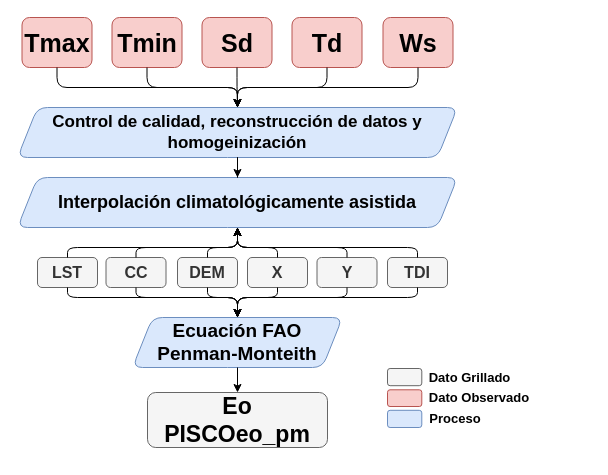
Before: Eo_diagram_FT_v2.drawio in adrHuerta/diagrams, a draw.io diagram. Source tidied: cells renumbered, new cells numbered last; positions are measured from the earlier drawing's top-left corner, leaving out a move shared by most shapes. Both pictures are drawn from the tidied source at 100%, with x=0, y=0 at pixel (17, 17).
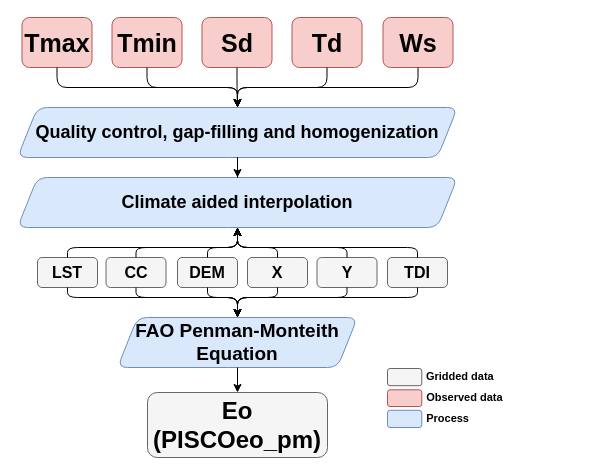
The same diagram, later.

Unchanged cells that the change refers to:
```xml
<mxCell id="12" value="&lt;font style=&quot;font-size: 25px&quot;&gt;Tmax&lt;/font&gt;" style="rounded=1;whiteSpace=wrap;html=1;fontSize=17;fontStyle=1;fillColor=#f8cecc;strokeColor=#b85450;" parent="11" vertex="1">
  <mxGeometry x="4.5" width="70" height="50" as="geometry" />
</mxCell>
<mxCell id="13" value="&lt;font style=&quot;font-size: 25px&quot;&gt;Tmin&lt;/font&gt;" style="rounded=1;whiteSpace=wrap;html=1;fontSize=17;fontStyle=1;fillColor=#f8cecc;strokeColor=#b85450;" parent="11" vertex="1">
  <mxGeometry x="94.5" width="70" height="50" as="geometry" />
</mxCell>
<mxCell id="14" value="&lt;font style=&quot;font-size: 25px&quot;&gt;Sd&lt;/font&gt;" style="rounded=1;whiteSpace=wrap;html=1;fontSize=17;fontStyle=1;fillColor=#f8cecc;strokeColor=#b85450;" parent="11" vertex="1">
  <mxGeometry x="184.5" width="70" height="50" as="geometry" />
</mxCell>
<mxCell id="15" value="&lt;font style=&quot;font-size: 25px&quot;&gt;Td&lt;/font&gt;" style="rounded=1;whiteSpace=wrap;html=1;fontSize=17;fontStyle=1;fillColor=#f8cecc;strokeColor=#b85450;" parent="11" vertex="1">
  <mxGeometry x="274.5" width="70" height="50" as="geometry" />
</mxCell>
<mxCell id="16" value="&lt;font style=&quot;font-size: 25px&quot;&gt;Ws&lt;/font&gt;" style="rounded=1;whiteSpace=wrap;html=1;fontSize=17;fontStyle=1;fillColor=#f8cecc;strokeColor=#b85450;" parent="11" vertex="1">
  <mxGeometry x="365.5" width="70" height="50" as="geometry" />
</mxCell>
<mxCell id="28" style="group;" parent="11" vertex="1">
  <mxGeometry x="20" y="240" width="410" height="30" as="geometry" />
</mxCell>
```

Diff of the diagram source:
```diff
@@
     <mxCell id="2" style="group;fontStyle=1;" parent="1" vertex="1">
-      <mxGeometry width="573.5" height="430.5" as="geometry" />
+      <mxGeometry width="573.5" height="440" as="geometry" />
     </mxCell>
-    <mxCell id="3" style="group;fontSize=10;" parent="2" vertex="1">
-      <mxGeometry x="400" y="320" width="173.5" height="110.5" as="geometry" />
-    </mxCell>
-    <mxCell id="4" style="group;fontSize=9;" parent="3" vertex="1">
-      <mxGeometry x="-30" y="31" width="150" height="59" as="geometry" />
-    </mxCell>
-    <mxCell id="5" style="rounded=1;whiteSpace=wrap;html=1;fontSize=16;fontStyle=1;fillColor=#f8cecc;strokeColor=#b85450;" parent="4" vertex="1">
-      <mxGeometry y="21.3" width="34.3" height="16.7" as="geometry" />
-    </mxCell>
-    <mxCell id="6" style="rounded=1;whiteSpace=wrap;html=1;fontSize=16;fontStyle=1;fillColor=#dae8fc;strokeColor=#6c8ebf;" parent="4" vertex="1">
-      <mxGeometry y="41.8" width="34.3" height="17.2" as="geometry" />
-    </mxCell>
-    <mxCell id="7" value="&lt;b style=&quot;font-size: 13px;&quot;&gt;Dato Grillado&lt;/b&gt;" style="text;html=1;strokeColor=none;fillColor=none;align=center;verticalAlign=middle;whiteSpace=wrap;rounded=0;fontSize=13;" parent="4" vertex="1">
-      <mxGeometry x="25" y="1" width="115" height="16.7" as="geometry" />
-    </mxCell>
-    <mxCell id="8" value="Dato Observado" style="text;html=1;strokeColor=none;fillColor=none;align=center;verticalAlign=middle;whiteSpace=wrap;rounded=0;fontSize=13;fontStyle=1;" parent="4" vertex="1">
-      <mxGeometry x="36.6" y="21" width="110" height="16.7" as="geometry" />
-    </mxCell>
-    <mxCell id="9" value="Proceso&amp;nbsp; &amp;nbsp; &amp;nbsp; &amp;nbsp; &amp;nbsp; &amp;nbsp; &amp;nbsp;" style="text;html=1;strokeColor=none;fillColor=none;align=center;verticalAlign=middle;whiteSpace=wrap;rounded=0;fontSize=13;fontStyle=1;" parent="4" vertex="1">
-      <mxGeometry x="41" y="41.8" width="101.3" height="16.7" as="geometry" />
-    </mxCell>
-    <mxCell id="10" style="rounded=1;whiteSpace=wrap;html=1;fontSize=16;fontStyle=1;fillColor=#f5f5f5;strokeColor=#666666;fontColor=#333333;" parent="4" vertex="1">
-      <mxGeometry width="34.3" height="17.2" as="geometry" />
-    </mxCell>
     <mxCell id="11" style="group;" parent="2" vertex="1">
-      <mxGeometry width="440" height="430" as="geometry" />
+      <mxGeometry width="573.5" height="440" as="geometry" />
     </mxCell>
@@
-    <mxCell id="17" value="Control de calidad, reconstrucción de datos y homogeinización" style="shape=parallelogram;perimeter=parallelogramPerimeter;whiteSpace=wrap;html=1;fixedSize=1;fontSize=17;fontStyle=1;fillColor=#dae8fc;strokeColor=#6c8ebf;rounded=1;" parent="11" vertex="1">
+    <mxCell id="17" value="&lt;font style=&quot;font-size: 18px&quot;&gt;Quality control, gap-filling and homogenization&lt;/font&gt;" style="shape=parallelogram;perimeter=parallelogramPerimeter;whiteSpace=wrap;html=1;fixedSize=1;fontSize=17;fontStyle=1;fillColor=#dae8fc;strokeColor=#6c8ebf;rounded=1;" parent="11" vertex="1">
       <mxGeometry y="90" width="440" height="50" as="geometry" />
     </mxCell>
-    <mxCell id="18" style="edgeStyle=orthogonalEdgeStyle;rounded=1;jettySize=auto;html=1;entryX=0.5;entryY=0;entryDx=0;entryDy=0;fontSize=16;startArrow=none;startFill=0;" parent="11" edge="1" source="12" target="17">
+    <mxCell id="18" style="edgeStyle=orthogonalEdgeStyle;rounded=1;jettySize=auto;html=1;entryX=0.5;entryY=0;entryDx=0;entryDy=0;fontSize=16;startArrow=none;startFill=0;strokeWidth=1;" parent="11" edge="1" source="12" target="17">
       <mxGeometry relative="1" as="geometry" />
     </mxCell>
-    <mxCell id="19" style="edgeStyle=orthogonalEdgeStyle;rounded=1;jettySize=auto;html=1;entryX=0.5;entryY=0;entryDx=0;entryDy=0;fontSize=16;startArrow=none;startFill=0;" parent="11" edge="1" source="13" target="17">
+    <mxCell id="19" style="edgeStyle=orthogonalEdgeStyle;rounded=1;jettySize=auto;html=1;entryX=0.5;entryY=0;entryDx=0;entryDy=0;fontSize=16;startArrow=none;startFill=0;strokeWidth=1;" parent="11" edge="1" source="13" target="17">
       <mxGeometry relative="1" as="geometry" />
     </mxCell>
-    <mxCell id="20" style="edgeStyle=orthogonalEdgeStyle;rounded=1;jettySize=auto;html=1;entryX=0.5;entryY=0;entryDx=0;entryDy=0;fontSize=16;startArrow=none;startFill=0;" parent="11" edge="1" source="14" target="17">
+    <mxCell id="20" style="edgeStyle=orthogonalEdgeStyle;rounded=1;jettySize=auto;html=1;entryX=0.5;entryY=0;entryDx=0;entryDy=0;fontSize=16;startArrow=none;startFill=0;strokeWidth=1;" parent="11" edge="1" source="14" target="17">
       <mxGeometry relative="1" as="geometry" />
     </mxCell>
-    <mxCell id="21" style="edgeStyle=orthogonalEdgeStyle;rounded=1;jettySize=auto;html=1;entryX=0.5;entryY=0;entryDx=0;entryDy=0;fontSize=16;startArrow=none;startFill=0;" parent="11" edge="1" source="15" target="17">
+    <mxCell id="21" style="edgeStyle=orthogonalEdgeStyle;rounded=1;jettySize=auto;html=1;entryX=0.5;entryY=0;entryDx=0;entryDy=0;fontSize=16;startArrow=none;startFill=0;strokeWidth=1;" parent="11" edge="1" source="15" target="17">
       <mxGeometry relative="1" as="geometry" />
     </mxCell>
-    <mxCell id="22" style="edgeStyle=orthogonalEdgeStyle;rounded=1;jettySize=auto;html=1;entryX=0.5;entryY=0;entryDx=0;entryDy=0;" parent="11" edge="1" source="16" target="17">
+    <mxCell id="22" style="edgeStyle=orthogonalEdgeStyle;rounded=1;jettySize=auto;html=1;entryX=0.5;entryY=0;entryDx=0;entryDy=0;strokeWidth=1;" parent="11" edge="1" source="16" target="17">
       <mxGeometry relative="1" as="geometry" />
     </mxCell>
-    <mxCell id="23" value="Interpolación climatológicamente asistida" style="shape=parallelogram;perimeter=parallelogramPerimeter;whiteSpace=wrap;html=1;fixedSize=1;fontSize=18;fontStyle=1;fillColor=#dae8fc;strokeColor=#6c8ebf;rounded=1;" parent="11" vertex="1">
+    <mxCell id="23" value="Climate aided interpolation" style="shape=parallelogram;perimeter=parallelogramPerimeter;whiteSpace=wrap;html=1;fixedSize=1;fontSize=18;fontStyle=1;fillColor=#dae8fc;strokeColor=#6c8ebf;rounded=1;" parent="11" vertex="1">
       <mxGeometry y="160" width="440" height="50" as="geometry" />
     </mxCell>
-    <mxCell id="24" style="edgeStyle=orthogonalEdgeStyle;rounded=0;jettySize=auto;html=1;entryX=0.5;entryY=0;entryDx=0;entryDy=0;fontSize=17;startArrow=none;startFill=0;" parent="11" edge="1" source="17" target="23">
+    <mxCell id="24" style="edgeStyle=orthogonalEdgeStyle;rounded=0;jettySize=auto;html=1;entryX=0.5;entryY=0;entryDx=0;entryDy=0;fontSize=17;startArrow=none;startFill=0;strokeWidth=1;" parent="11" edge="1" source="17" target="23">
       <mxGeometry relative="1" as="geometry" />
     </mxCell>
-    <mxCell id="25" value="Ecuación FAO Penman-Monteith" style="shape=parallelogram;perimeter=parallelogramPerimeter;whiteSpace=wrap;html=1;fixedSize=1;fontSize=19;fontStyle=1;fillColor=#dae8fc;strokeColor=#6c8ebf;rounded=1;" parent="11" vertex="1">
-      <mxGeometry x="115" y="300" width="210" height="50" as="geometry" />
+    <mxCell id="25" value="FAO Penman-Monteith&lt;br&gt;Equation" style="shape=parallelogram;perimeter=parallelogramPerimeter;whiteSpace=wrap;html=1;fixedSize=1;fontSize=19;fontStyle=1;fillColor=#dae8fc;strokeColor=#6c8ebf;rounded=1;" parent="11" vertex="1">
+      <mxGeometry x="100" y="300" width="240" height="50" as="geometry" />
     </mxCell>
-    <mxCell id="26" value="&lt;font style=&quot;font-size: 23px&quot; color=&quot;#000000&quot;&gt;&lt;font style=&quot;font-size: 23px&quot;&gt;&lt;font style=&quot;font-size: 23px&quot;&gt;Eo&lt;/font&gt;&lt;br&gt;&lt;/font&gt;&lt;font style=&quot;font-size: 23px&quot;&gt;PISCOeo_pm&lt;/font&gt;&lt;/font&gt;" style="rounded=1;whiteSpace=wrap;html=1;fontSize=16;fontStyle=1;fillColor=#f5f5f5;strokeColor=#666666;fontColor=#333333;" parent="11" vertex="1">
-      <mxGeometry x="130" y="375" width="180" height="55" as="geometry" />
+    <mxCell id="26" value="&lt;font style=&quot;font-size: 24px&quot; color=&quot;#000000&quot;&gt;&lt;font style=&quot;font-size: 24px&quot;&gt;&lt;font style=&quot;font-size: 24px&quot;&gt;Eo&lt;/font&gt;&lt;br&gt;&lt;/font&gt;&lt;font style=&quot;font-size: 24px&quot;&gt;(PISCOeo_pm)&lt;/font&gt;&lt;/font&gt;" style="rounded=1;whiteSpace=wrap;html=1;fontSize=16;fontStyle=1;fillColor=#f5f5f5;strokeColor=#666666;fontColor=#333333;" parent="11" vertex="1">
+      <mxGeometry x="130" y="375" width="180" height="65" as="geometry" />
     </mxCell>
-    <mxCell id="27" style="edgeStyle=orthogonalEdgeStyle;rounded=0;jettySize=auto;html=1;entryX=0.5;entryY=0;entryDx=0;entryDy=0;fontSize=16;startArrow=none;startFill=0;" parent="11" edge="1" source="25" target="26">
+    <mxCell id="27" style="edgeStyle=orthogonalEdgeStyle;rounded=0;jettySize=auto;html=1;entryX=0.5;entryY=0;entryDx=0;entryDy=0;fontSize=16;startArrow=none;startFill=0;strokeWidth=1;" parent="11" edge="1" source="25" target="26">
       <mxGeometry relative="1" as="geometry" />
     </mxCell>
@@
-    <mxCell id="29" value="&lt;font style=&quot;font-size: 16px&quot;&gt;LST&lt;/font&gt;" style="rounded=1;whiteSpace=wrap;html=1;fontSize=16;fontStyle=1;fillColor=#f5f5f5;strokeColor=#666666;fontColor=#333333;" parent="28" vertex="1">
+    <mxCell id="29" value="&lt;font style=&quot;font-size: 16px&quot;&gt;LST&lt;/font&gt;" style="rounded=1;whiteSpace=wrap;html=1;fontSize=16;fontStyle=1;fillColor=#f5f5f5;strokeColor=#666666;" parent="28" vertex="1">
       <mxGeometry width="60" height="30" as="geometry" />
     </mxCell>
-    <mxCell id="30" value="&lt;font style=&quot;font-size: 16px&quot;&gt;CC&lt;/font&gt;" style="rounded=1;whiteSpace=wrap;html=1;fontSize=16;fontStyle=1;fillColor=#f5f5f5;strokeColor=#666666;fontColor=#333333;" parent="28" vertex="1">
+    <mxCell id="30" value="&lt;font style=&quot;font-size: 16px&quot;&gt;CC&lt;/font&gt;" style="rounded=1;whiteSpace=wrap;html=1;fontSize=16;fontStyle=1;fillColor=#f5f5f5;strokeColor=#666666;" parent="28" vertex="1">
       <mxGeometry x="68.5" width="60" height="30" as="geometry" />
     </mxCell>
-    <mxCell id="31" value="&lt;font style=&quot;font-size: 16px&quot;&gt;DEM&lt;/font&gt;" style="rounded=1;whiteSpace=wrap;html=1;fontSize=16;fontStyle=1;fillColor=#f5f5f5;strokeColor=#666666;fontColor=#333333;" parent="28" vertex="1">
+    <mxCell id="31" value="&lt;font style=&quot;font-size: 16px&quot;&gt;DEM&lt;/font&gt;" style="rounded=1;whiteSpace=wrap;html=1;fontSize=16;fontStyle=1;fillColor=#f5f5f5;strokeColor=#666666;" parent="28" vertex="1">
       <mxGeometry x="140" width="60" height="30" as="geometry" />
     </mxCell>
-    <mxCell id="32" value="&lt;font style=&quot;font-size: 16px&quot;&gt;X&lt;/font&gt;" style="rounded=1;whiteSpace=wrap;html=1;fontSize=16;fontStyle=1;fillColor=#f5f5f5;strokeColor=#666666;fontColor=#333333;" parent="28" vertex="1">
+    <mxCell id="32" value="&lt;font style=&quot;font-size: 16px&quot;&gt;X&lt;/font&gt;" style="rounded=1;whiteSpace=wrap;html=1;fontSize=16;fontStyle=1;fillColor=#f5f5f5;strokeColor=#666666;" parent="28" vertex="1">
       <mxGeometry x="210" width="60" height="30" as="geometry" />
     </mxCell>
-    <mxCell id="33" value="&lt;span style=&quot;font-size: 16px&quot;&gt;Y&lt;/span&gt;" style="rounded=1;whiteSpace=wrap;html=1;fontSize=16;fontStyle=1;fillColor=#f5f5f5;strokeColor=#666666;fontColor=#333333;" parent="28" vertex="1">
+    <mxCell id="33" value="&lt;span style=&quot;font-size: 16px&quot;&gt;Y&lt;/span&gt;" style="rounded=1;whiteSpace=wrap;html=1;fontSize=16;fontStyle=1;fillColor=#f5f5f5;strokeColor=#666666;" parent="28" vertex="1">
       <mxGeometry x="279.5" width="60" height="30" as="geometry" />
     </mxCell>
-    <mxCell id="34" value="&lt;span style=&quot;font-size: 16px&quot;&gt;TDI&lt;/span&gt;" style="rounded=1;whiteSpace=wrap;html=1;fontSize=16;fontStyle=1;fillColor=#f5f5f5;strokeColor=#666666;fontColor=#333333;" parent="28" vertex="1">
+    <mxCell id="34" value="&lt;span style=&quot;font-size: 16px&quot;&gt;TDI&lt;/span&gt;" style="rounded=1;whiteSpace=wrap;html=1;fontSize=16;fontStyle=1;fillColor=#f5f5f5;strokeColor=#666666;" parent="28" vertex="1">
       <mxGeometry x="350" width="60" height="30" as="geometry" />
     </mxCell>
-    <mxCell id="35" style="edgeStyle=orthogonalEdgeStyle;rounded=1;jettySize=auto;html=1;entryX=0.5;entryY=1;entryDx=0;entryDy=0;" parent="11" edge="1" source="29" target="23">
+    <mxCell id="35" style="edgeStyle=orthogonalEdgeStyle;rounded=1;jettySize=auto;html=1;entryX=0.5;entryY=1;entryDx=0;entryDy=0;strokeWidth=1;" parent="11" edge="1" source="29" target="23">
       <mxGeometry relative="1" as="geometry">
         <Array as="points">
           <mxPoint x="50" y="230" />
           <mxPoint x="220" y="230" />
         </Array>
       </mxGeometry>
     </mxCell>
-    <mxCell id="36" style="edgeStyle=orthogonalEdgeStyle;rounded=1;jettySize=auto;html=1;" parent="11" edge="1" source="30">
+    <mxCell id="36" style="edgeStyle=orthogonalEdgeStyle;rounded=1;jettySize=auto;html=1;strokeWidth=1;" parent="11" edge="1" source="30">
       <mxGeometry relative="1" as="geometry">
         <mxPoint x="220" y="210" as="targetPoint" />
         <Array as="points">
           <mxPoint x="119" y="230" />
           <mxPoint x="220" y="230" />
         </Array>
       </mxGeometry>
     </mxCell>
-    <mxCell id="37" style="edgeStyle=orthogonalEdgeStyle;rounded=1;jettySize=auto;html=1;entryX=0.5;entryY=1;entryDx=0;entryDy=0;" parent="11" edge="1" source="31" target="23">
+    <mxCell id="37" style="edgeStyle=orthogonalEdgeStyle;rounded=1;jettySize=auto;html=1;entryX=0.5;entryY=1;entryDx=0;entryDy=0;strokeWidth=1;" parent="11" edge="1" source="31" target="23">
       <mxGeometry relative="1" as="geometry">
         <Array as="points">
           <mxPoint x="190" y="230" />
           <mxPoint x="220" y="230" />
         </Array>
       </mxGeometry>
     </mxCell>
-    <mxCell id="38" style="edgeStyle=orthogonalEdgeStyle;rounded=1;jettySize=auto;html=1;entryX=0.5;entryY=1;entryDx=0;entryDy=0;" parent="11" edge="1" source="32" target="23">
+    <mxCell id="38" style="edgeStyle=orthogonalEdgeStyle;rounded=1;jettySize=auto;html=1;entryX=0.5;entryY=1;entryDx=0;entryDy=0;strokeWidth=1;" parent="11" edge="1" source="32" target="23">
       <mxGeometry relative="1" as="geometry">
         <Array as="points">
           <mxPoint x="260" y="230" />
           <mxPoint x="220" y="230" />
         </Array>
       </mxGeometry>
     </mxCell>
-    <mxCell id="39" style="edgeStyle=orthogonalEdgeStyle;rounded=1;jettySize=auto;html=1;entryX=0.5;entryY=1;entryDx=0;entryDy=0;" parent="11" edge="1" source="33" target="23">
+    <mxCell id="39" style="edgeStyle=orthogonalEdgeStyle;rounded=1;jettySize=auto;html=1;entryX=0.5;entryY=1;entryDx=0;entryDy=0;strokeWidth=1;" parent="11" edge="1" source="33" target="23">
       <mxGeometry relative="1" as="geometry">
         <Array as="points">
           <mxPoint x="330" y="230" />
           <mxPoint x="220" y="230" />
         </Array>
       </mxGeometry>
     </mxCell>
-    <mxCell id="40" style="edgeStyle=orthogonalEdgeStyle;rounded=1;jettySize=auto;html=1;entryX=0.5;entryY=1;entryDx=0;entryDy=0;" parent="11" edge="1" source="34" target="23">
+    <mxCell id="40" style="edgeStyle=orthogonalEdgeStyle;rounded=1;jettySize=auto;html=1;entryX=0.5;entryY=1;entryDx=0;entryDy=0;strokeWidth=1;" parent="11" edge="1" source="34" target="23">
       <mxGeometry relative="1" as="geometry">
         <Array as="points">
           <mxPoint x="400" y="230" />
           <mxPoint x="220" y="230" />
         </Array>
       </mxGeometry>
     </mxCell>
-    <mxCell id="41" style="edgeStyle=orthogonalEdgeStyle;rounded=1;jettySize=auto;html=1;" parent="11" edge="1" source="29" target="25">
+    <mxCell id="41" style="edgeStyle=orthogonalEdgeStyle;rounded=1;jettySize=auto;html=1;strokeWidth=1;" parent="11" edge="1" source="29" target="25">
       <mxGeometry relative="1" as="geometry">
         <Array as="points">
           <mxPoint x="50" y="280" />
           <mxPoint x="220" y="280" />
         </Array>
       </mxGeometry>
     </mxCell>
-    <mxCell id="42" style="edgeStyle=orthogonalEdgeStyle;rounded=1;jettySize=auto;html=1;entryX=0.5;entryY=0;entryDx=0;entryDy=0;" parent="11" edge="1" source="30" target="25">
+    <mxCell id="42" style="edgeStyle=orthogonalEdgeStyle;rounded=1;jettySize=auto;html=1;entryX=0.5;entryY=0;entryDx=0;entryDy=0;strokeWidth=1;" parent="11" edge="1" source="30" target="25">
       <mxGeometry relative="1" as="geometry">
         <Array as="points">
           <mxPoint x="119" y="280" />
           <mxPoint x="220" y="280" />
         </Array>
       </mxGeometry>
     </mxCell>
-    <mxCell id="43" style="edgeStyle=orthogonalEdgeStyle;rounded=1;jettySize=auto;html=1;entryX=0.5;entryY=0;entryDx=0;entryDy=0;" parent="11" edge="1" source="31" target="25">
+    <mxCell id="43" style="edgeStyle=orthogonalEdgeStyle;rounded=1;jettySize=auto;html=1;entryX=0.5;entryY=0;entryDx=0;entryDy=0;strokeWidth=1;" parent="11" edge="1" source="31" target="25">
       <mxGeometry relative="1" as="geometry">
         <Array as="points">
           <mxPoint x="190" y="280" />
           <mxPoint x="220" y="280" />
         </Array>
       </mxGeometry>
     </mxCell>
-    <mxCell id="44" style="edgeStyle=orthogonalEdgeStyle;rounded=1;jettySize=auto;html=1;entryX=0.5;entryY=0;entryDx=0;entryDy=0;" parent="11" edge="1" source="32" target="25">
+    <mxCell id="44" style="edgeStyle=orthogonalEdgeStyle;rounded=1;jettySize=auto;html=1;entryX=0.5;entryY=0;entryDx=0;entryDy=0;strokeWidth=1;" parent="11" edge="1" source="32" target="25">
       <mxGeometry relative="1" as="geometry">
         <Array as="points">
           <mxPoint x="260" y="280" />
           <mxPoint x="220" y="280" />
         </Array>
       </mxGeometry>
     </mxCell>
-    <mxCell id="45" style="edgeStyle=orthogonalEdgeStyle;rounded=1;jettySize=auto;html=1;" parent="11" edge="1" source="33">
+    <mxCell id="45" style="edgeStyle=orthogonalEdgeStyle;rounded=1;jettySize=auto;html=1;strokeWidth=1;" parent="11" edge="1" source="33">
       <mxGeometry relative="1" as="geometry">
         <mxPoint x="220" y="300" as="targetPoint" />
         <Array as="points">
           <mxPoint x="330" y="280" />
           <mxPoint x="220" y="280" />
         </Array>
       </mxGeometry>
     </mxCell>
-    <mxCell id="46" style="edgeStyle=orthogonalEdgeStyle;rounded=1;jettySize=auto;html=1;entryX=0.5;entryY=0;entryDx=0;entryDy=0;" parent="11" edge="1" source="34" target="25">
+    <mxCell id="46" style="edgeStyle=orthogonalEdgeStyle;rounded=1;jettySize=auto;html=1;entryX=0.5;entryY=0;entryDx=0;entryDy=0;strokeWidth=1;" parent="11" edge="1" source="34" target="25">
       <mxGeometry relative="1" as="geometry">
         <Array as="points">
           <mxPoint x="400" y="280" />
           <mxPoint x="220" y="280" />
         </Array>
       </mxGeometry>
     </mxCell>
+    <mxCell id="3" style="group;fontSize=10;" parent="11" vertex="1">
+      <mxGeometry x="400" y="320" width="173.5" height="110.5" as="geometry" />
+    </mxCell>
+    <mxCell id="4" style="group;fontSize=11;" parent="3" vertex="1">
+      <mxGeometry x="-30" y="31" width="150" height="59" as="geometry" />
+    </mxCell>
+    <mxCell id="5" style="rounded=1;whiteSpace=wrap;html=1;fontSize=11;fontStyle=1;fillColor=#f8cecc;strokeColor=#b85450;" parent="4" vertex="1">
+      <mxGeometry y="21.3" width="34.3" height="16.7" as="geometry" />
+    </mxCell>
+    <mxCell id="6" style="rounded=1;whiteSpace=wrap;html=1;fontSize=11;fontStyle=1;fillColor=#dae8fc;strokeColor=#6c8ebf;" parent="4" vertex="1">
+      <mxGeometry y="41.8" width="34.3" height="17.2" as="geometry" />
+    </mxCell>
+    <mxCell id="8" value="Observed data&amp;nbsp; &amp;nbsp;&amp;nbsp;" style="text;html=1;strokeColor=none;fillColor=none;align=center;verticalAlign=middle;whiteSpace=wrap;rounded=0;fontSize=11;fontStyle=1;" parent="4" vertex="1">
+      <mxGeometry x="36.6" y="21" width="93.4" height="16.7" as="geometry" />
+    </mxCell>
+    <mxCell id="10" style="rounded=1;whiteSpace=wrap;html=1;fontSize=11;fontStyle=1;fillColor=#f5f5f5;strokeColor=#666666;fontColor=#333333;" parent="4" vertex="1">
+      <mxGeometry width="34.3" height="17.2" as="geometry" />
+    </mxCell>
+    <mxCell id="47" value="Gridded data&amp;nbsp; &amp;nbsp; &amp;nbsp; &amp;nbsp;" style="text;html=1;strokeColor=none;fillColor=none;align=center;verticalAlign=middle;whiteSpace=wrap;rounded=0;fontSize=11;fontStyle=1;" parent="4" vertex="1">
+      <mxGeometry x="36.6" width="93.4" height="16.7" as="geometry" />
+    </mxCell>
+    <mxCell id="48" value="Process&amp;nbsp; &amp;nbsp; &amp;nbsp; &amp;nbsp; &amp;nbsp; &amp;nbsp; &amp;nbsp; &amp;nbsp;" style="text;html=1;strokeColor=none;fillColor=none;align=center;verticalAlign=middle;whiteSpace=wrap;rounded=0;fontSize=11;fontStyle=1;" parent="4" vertex="1">
+      <mxGeometry x="36.6" y="42" width="93.4" height="16.7" as="geometry" />
+    </mxCell>
```
